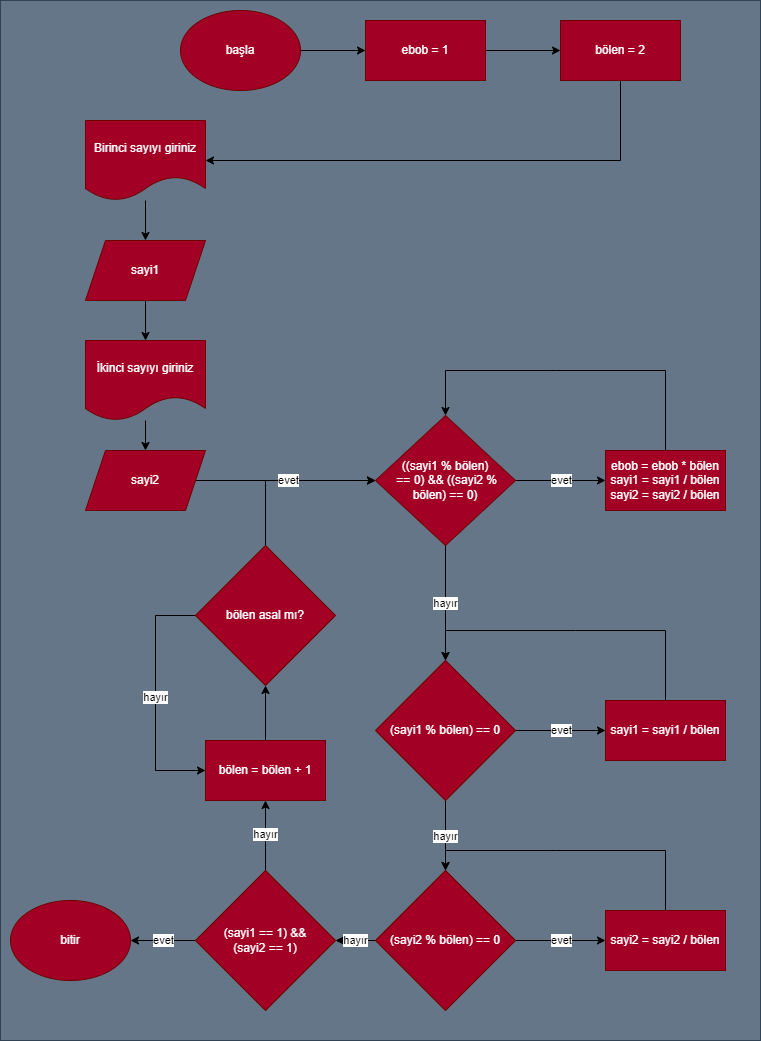
Before: GreatestCommonDivisor/GreatestCommonDivisor.drawio.png, a diagram exported from draw.io (ramazanaltintop/algorithm-flow-charts). Source tidied: cells renumbered, new cells last; positions are measured from the earlier drawing's top-left corner, leaving out a move shared by most shapes.
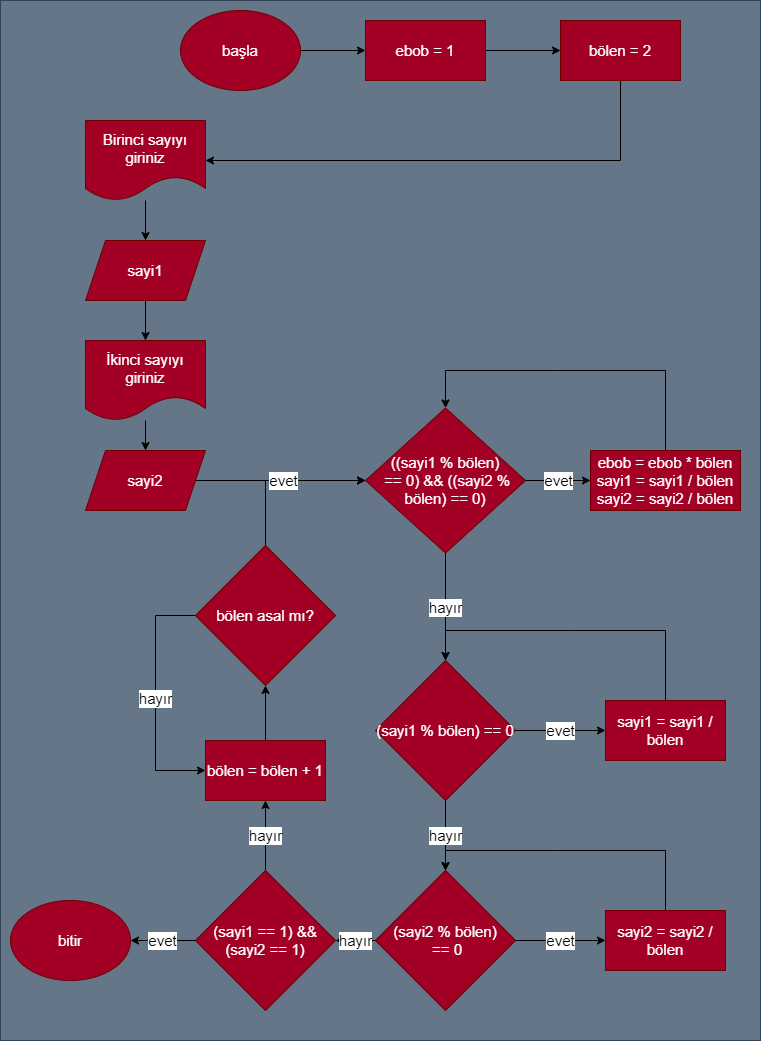
Above is the later version.

Diff of the diagram source:
```diff
@@ -2,65 +2,65 @@
   <root>
     <mxCell id="0" />
     <mxCell id="1" parent="0" />
-    <mxCell id="2" style="rounded=0;whiteSpace=wrap;html=1;fillColor=#647687;fontColor=#ffffff;strokeColor=#314354;" parent="1" vertex="1">
+    <mxCell id="2" style="rounded=0;whiteSpace=wrap;html=1;fillColor=#647687;fontColor=#ffffff;strokeColor=#314354;fontSize=15;" parent="1" vertex="1">
       <mxGeometry width="760" height="1040" as="geometry" />
     </mxCell>
-    <mxCell id="3" style="edgeStyle=none;html=1;entryX=0;entryY=0.5;entryDx=0;entryDy=0;" parent="1" edge="1" source="4" target="19">
+    <mxCell id="3" style="edgeStyle=none;html=1;entryX=0;entryY=0.5;entryDx=0;entryDy=0;fontSize=15;" parent="1" edge="1" source="4" target="19">
       <mxGeometry relative="1" as="geometry" />
     </mxCell>
-    <mxCell id="4" value="başla" style="ellipse;whiteSpace=wrap;html=1;fillColor=#a20025;fontColor=#ffffff;strokeColor=#6F0000;" parent="1" vertex="1">
+    <mxCell id="4" value="başla" style="ellipse;whiteSpace=wrap;html=1;fillColor=#a20025;fontColor=#ffffff;strokeColor=#6F0000;fontSize=15;" parent="1" vertex="1">
       <mxGeometry x="180" y="10" width="120" height="80" as="geometry" />
     </mxCell>
-    <mxCell id="5" style="edgeStyle=none;html=1;" parent="1" edge="1" source="6" target="8">
+    <mxCell id="5" style="edgeStyle=none;html=1;fontSize=15;" parent="1" edge="1" source="6" target="8">
       <mxGeometry relative="1" as="geometry" />
     </mxCell>
-    <mxCell id="6" value="Birinci sayıyı giriniz" style="shape=document;whiteSpace=wrap;html=1;boundedLbl=1;fillColor=#a20025;fontColor=#ffffff;strokeColor=#6F0000;" parent="1" vertex="1">
+    <mxCell id="6" value="Birinci sayıyı giriniz" style="shape=document;whiteSpace=wrap;html=1;boundedLbl=1;fillColor=#a20025;fontColor=#ffffff;strokeColor=#6F0000;fontSize=15;" parent="1" vertex="1">
       <mxGeometry x="85" y="120" width="120" height="80" as="geometry" />
     </mxCell>
-    <mxCell id="7" style="edgeStyle=none;html=1;exitX=0.5;exitY=1;exitDx=0;exitDy=0;" parent="1" edge="1" source="8" target="10">
+    <mxCell id="7" style="edgeStyle=none;html=1;exitX=0.5;exitY=1;exitDx=0;exitDy=0;fontSize=15;" parent="1" edge="1" source="8" target="10">
       <mxGeometry relative="1" as="geometry" />
     </mxCell>
-    <mxCell id="8" value="sayi1" style="shape=parallelogram;perimeter=parallelogramPerimeter;whiteSpace=wrap;html=1;fixedSize=1;fillColor=#a20025;fontColor=#ffffff;strokeColor=#6F0000;" parent="1" vertex="1">
+    <mxCell id="8" value="sayi1" style="shape=parallelogram;perimeter=parallelogramPerimeter;whiteSpace=wrap;html=1;fixedSize=1;fillColor=#a20025;fontColor=#ffffff;strokeColor=#6F0000;fontSize=15;" parent="1" vertex="1">
       <mxGeometry x="85" y="240" width="120" height="60" as="geometry" />
     </mxCell>
-    <mxCell id="9" style="edgeStyle=none;html=1;" parent="1" edge="1" source="10" target="12">
+    <mxCell id="9" style="edgeStyle=none;html=1;fontSize=15;" parent="1" edge="1" source="10" target="12">
       <mxGeometry relative="1" as="geometry" />
     </mxCell>
-    <mxCell id="10" value="İkinci sayıyı giriniz" style="shape=document;whiteSpace=wrap;html=1;boundedLbl=1;fillColor=#a20025;fontColor=#ffffff;strokeColor=#6F0000;" parent="1" vertex="1">
+    <mxCell id="10" value="İkinci sayıyı giriniz" style="shape=document;whiteSpace=wrap;html=1;boundedLbl=1;fillColor=#a20025;fontColor=#ffffff;strokeColor=#6F0000;fontSize=15;" parent="1" vertex="1">
       <mxGeometry x="85" y="340" width="120" height="80" as="geometry" />
     </mxCell>
-    <mxCell id="11" style="edgeStyle=none;html=1;" parent="1" edge="1" source="12" target="17">
+    <mxCell id="11" style="edgeStyle=none;html=1;fontSize=15;" parent="1" edge="1" source="12" target="17">
       <mxGeometry relative="1" as="geometry" />
     </mxCell>
-    <mxCell id="12" value="sayi2" style="shape=parallelogram;perimeter=parallelogramPerimeter;whiteSpace=wrap;html=1;fixedSize=1;fillColor=#a20025;fontColor=#ffffff;strokeColor=#6F0000;" parent="1" vertex="1">
+    <mxCell id="12" value="sayi2" style="shape=parallelogram;perimeter=parallelogramPerimeter;whiteSpace=wrap;html=1;fixedSize=1;fillColor=#a20025;fontColor=#ffffff;strokeColor=#6F0000;fontSize=15;" parent="1" vertex="1">
       <mxGeometry x="85" y="450" width="120" height="60" as="geometry" />
     </mxCell>
-    <mxCell id="13" style="edgeStyle=none;html=1;rounded=0;" parent="1" edge="1" source="14" target="6">
+    <mxCell id="13" style="edgeStyle=none;html=1;rounded=0;fontSize=15;" parent="1" edge="1" source="14" target="6">
       <mxGeometry relative="1" as="geometry">
         <Array as="points">
           <mxPoint x="620" y="160" />
         </Array>
       </mxGeometry>
     </mxCell>
-    <mxCell id="14" value="bölen = 2" style="rounded=0;whiteSpace=wrap;html=1;fillColor=#a20025;fontColor=#ffffff;strokeColor=#6F0000;" parent="1" vertex="1">
+    <mxCell id="14" value="bölen = 2" style="rounded=0;whiteSpace=wrap;html=1;fillColor=#a20025;fontColor=#ffffff;strokeColor=#6F0000;fontSize=15;" parent="1" vertex="1">
       <mxGeometry x="560" y="20" width="120" height="60" as="geometry" />
     </mxCell>
-    <mxCell id="15" value="evet" style="edgeStyle=none;html=1;" parent="1" edge="1" source="17" target="21">
+    <mxCell id="15" value="evet" style="edgeStyle=none;html=1;fontSize=15;" parent="1" edge="1" source="17" target="21">
       <mxGeometry relative="1" as="geometry" />
     </mxCell>
-    <mxCell id="16" value="hayır" style="edgeStyle=none;html=1;" parent="1" edge="1" source="17" target="26">
+    <mxCell id="16" value="hayır" style="edgeStyle=none;html=1;fontSize=15;" parent="1" edge="1" source="17" target="26">
       <mxGeometry relative="1" as="geometry" />
     </mxCell>
-    <mxCell id="17" value="((sayi1 % bölen)&lt;br&gt;&amp;nbsp;== 0) &amp;amp;&amp;amp; ((sayi2 % bölen) == 0)" style="rhombus;whiteSpace=wrap;html=1;fillColor=#a20025;fontColor=#ffffff;strokeColor=#6F0000;" parent="1" vertex="1">
-      <mxGeometry x="375" y="415" width="140" height="130" as="geometry" />
+    <mxCell id="17" value="((sayi1 % bölen)&lt;br style=&quot;font-size: 15px;&quot;&gt;&amp;nbsp;== 0) &amp;amp;&amp;amp; ((sayi2 % bölen) == 0)" style="rhombus;whiteSpace=wrap;html=1;fillColor=#a20025;fontColor=#ffffff;strokeColor=#6F0000;fontSize=15;" parent="1" vertex="1">
+      <mxGeometry x="365" y="407.5" width="160" height="145" as="geometry" />
     </mxCell>
-    <mxCell id="18" style="edgeStyle=none;html=1;" parent="1" edge="1" source="19" target="14">
+    <mxCell id="18" style="edgeStyle=none;html=1;fontSize=15;" parent="1" edge="1" source="19" target="14">
       <mxGeometry relative="1" as="geometry" />
     </mxCell>
-    <mxCell id="19" value="ebob = 1" style="rounded=0;whiteSpace=wrap;html=1;fillColor=#a20025;fontColor=#ffffff;strokeColor=#6F0000;" parent="1" vertex="1">
+    <mxCell id="19" value="ebob = 1" style="rounded=0;whiteSpace=wrap;html=1;fillColor=#a20025;fontColor=#ffffff;strokeColor=#6F0000;fontSize=15;" parent="1" vertex="1">
       <mxGeometry x="365" y="20" width="120" height="60" as="geometry" />
     </mxCell>
-    <mxCell id="20" style="edgeStyle=none;rounded=0;html=1;exitX=0.5;exitY=0;exitDx=0;exitDy=0;entryX=0.5;entryY=0;entryDx=0;entryDy=0;" parent="1" edge="1" source="21" target="17">
+    <mxCell id="20" style="edgeStyle=none;rounded=0;html=1;exitX=0.5;exitY=0;exitDx=0;exitDy=0;entryX=0.5;entryY=0;entryDx=0;entryDy=0;fontSize=15;" parent="1" edge="1" source="21" target="17">
       <mxGeometry relative="1" as="geometry">
         <Array as="points">
           <mxPoint x="665" y="370" />
@@ -69,10 +69,10 @@
         </Array>
       </mxGeometry>
     </mxCell>
-    <mxCell id="21" value="ebob = ebob * bölen&lt;br&gt;sayi1 = sayi1 / bölen&lt;br&gt;sayi2 = sayi2 / bölen" style="rounded=0;whiteSpace=wrap;html=1;fillColor=#a20025;fontColor=#ffffff;strokeColor=#6F0000;" parent="1" vertex="1">
-      <mxGeometry x="605" y="450" width="120" height="60" as="geometry" />
+    <mxCell id="21" value="ebob = ebob * bölen&lt;br style=&quot;font-size: 15px;&quot;&gt;sayi1 = sayi1 / bölen&lt;br style=&quot;font-size: 15px;&quot;&gt;sayi2 = sayi2 / bölen" style="rounded=0;whiteSpace=wrap;html=1;fillColor=#a20025;fontColor=#ffffff;strokeColor=#6F0000;fontSize=15;" parent="1" vertex="1">
+      <mxGeometry x="590" y="450" width="150" height="60" as="geometry" />
     </mxCell>
-    <mxCell id="22" style="edgeStyle=none;rounded=0;html=1;exitX=0.5;exitY=0;exitDx=0;exitDy=0;entryX=0.5;entryY=0;entryDx=0;entryDy=0;" parent="1" edge="1" source="23" target="26">
+    <mxCell id="22" style="edgeStyle=none;rounded=0;html=1;exitX=0.5;exitY=0;exitDx=0;exitDy=0;entryX=0.5;entryY=0;entryDx=0;entryDy=0;fontSize=15;" parent="1" edge="1" source="23" target="26">
       <mxGeometry relative="1" as="geometry">
         <Array as="points">
           <mxPoint x="665" y="630" />
@@ -81,19 +81,19 @@
         </Array>
       </mxGeometry>
     </mxCell>
-    <mxCell id="23" value="sayi1 = sayi1 / bölen" style="rounded=0;whiteSpace=wrap;html=1;fillColor=#a20025;fontColor=#ffffff;strokeColor=#6F0000;" parent="1" vertex="1">
+    <mxCell id="23" value="sayi1 = sayi1 / bölen" style="rounded=0;whiteSpace=wrap;html=1;fillColor=#a20025;fontColor=#ffffff;strokeColor=#6F0000;fontSize=15;" parent="1" vertex="1">
       <mxGeometry x="605" y="700" width="120" height="60" as="geometry" />
     </mxCell>
-    <mxCell id="24" value="evet" style="edgeStyle=none;html=1;" parent="1" edge="1" source="26" target="23">
+    <mxCell id="24" value="evet" style="edgeStyle=none;html=1;fontSize=15;" parent="1" edge="1" source="26" target="23">
       <mxGeometry relative="1" as="geometry" />
     </mxCell>
-    <mxCell id="25" value="hayır" style="edgeStyle=none;html=1;" parent="1" edge="1" source="26" target="31">
+    <mxCell id="25" value="hayır" style="edgeStyle=none;html=1;fontSize=15;" parent="1" edge="1" source="26" target="31">
       <mxGeometry relative="1" as="geometry" />
     </mxCell>
-    <mxCell id="26" value="(sayi1 % bölen) == 0" style="rhombus;whiteSpace=wrap;html=1;fillColor=#a20025;fontColor=#ffffff;strokeColor=#6F0000;" parent="1" vertex="1">
+    <mxCell id="26" value="(sayi1 % bölen) == 0" style="rhombus;whiteSpace=wrap;html=1;fillColor=#a20025;fontColor=#ffffff;strokeColor=#6F0000;fontSize=15;" parent="1" vertex="1">
       <mxGeometry x="375" y="660" width="140" height="140" as="geometry" />
     </mxCell>
-    <mxCell id="27" style="edgeStyle=none;rounded=0;html=1;exitX=0.5;exitY=0;exitDx=0;exitDy=0;entryX=0.5;entryY=0;entryDx=0;entryDy=0;" parent="1" edge="1" source="28" target="31">
+    <mxCell id="27" style="edgeStyle=none;rounded=0;html=1;exitX=0.5;exitY=0;exitDx=0;exitDy=0;entryX=0.5;entryY=0;entryDx=0;entryDy=0;fontSize=15;" parent="1" edge="1" source="28" target="31">
       <mxGeometry relative="1" as="geometry">
         <Array as="points">
           <mxPoint x="665" y="850" />
@@ -102,25 +102,25 @@
         </Array>
       </mxGeometry>
     </mxCell>
-    <mxCell id="28" value="sayi2 = sayi2 / bölen" style="rounded=0;whiteSpace=wrap;html=1;fillColor=#a20025;fontColor=#ffffff;strokeColor=#6F0000;" parent="1" vertex="1">
+    <mxCell id="28" value="sayi2 = sayi2 / bölen" style="rounded=0;whiteSpace=wrap;html=1;fillColor=#a20025;fontColor=#ffffff;strokeColor=#6F0000;fontSize=15;" parent="1" vertex="1">
       <mxGeometry x="605" y="910" width="120" height="60" as="geometry" />
     </mxCell>
-    <mxCell id="29" value="evet" style="edgeStyle=none;html=1;" parent="1" edge="1" source="31" target="28">
+    <mxCell id="29" value="evet" style="edgeStyle=none;html=1;fontSize=15;" parent="1" edge="1" source="31" target="28">
       <mxGeometry relative="1" as="geometry" />
     </mxCell>
-    <mxCell id="30" value="hayır" style="edgeStyle=none;html=1;" parent="1" edge="1" source="31" target="39">
+    <mxCell id="30" value="hayır" style="edgeStyle=none;html=1;fontSize=15;" parent="1" edge="1" source="31" target="39">
       <mxGeometry relative="1" as="geometry" />
     </mxCell>
-    <mxCell id="31" value="(sayi2 % bölen) == 0" style="rhombus;whiteSpace=wrap;html=1;fillColor=#a20025;fontColor=#ffffff;strokeColor=#6F0000;" parent="1" vertex="1">
+    <mxCell id="31" value="(sayi2 % bölen)&lt;br&gt;&amp;nbsp;== 0" style="rhombus;whiteSpace=wrap;html=1;fillColor=#a20025;fontColor=#ffffff;strokeColor=#6F0000;fontSize=15;" parent="1" vertex="1">
       <mxGeometry x="375" y="870" width="140" height="140" as="geometry" />
     </mxCell>
-    <mxCell id="32" style="edgeStyle=none;rounded=0;html=1;" parent="1" edge="1" source="33" target="36">
+    <mxCell id="32" style="edgeStyle=none;rounded=0;html=1;fontSize=15;" parent="1" edge="1" source="33" target="36">
       <mxGeometry relative="1" as="geometry" />
     </mxCell>
-    <mxCell id="33" value="bölen = bölen + 1" style="rounded=0;whiteSpace=wrap;html=1;fillColor=#a20025;fontColor=#ffffff;strokeColor=#6F0000;" parent="1" vertex="1">
+    <mxCell id="33" value="bölen = bölen + 1" style="rounded=0;whiteSpace=wrap;html=1;fillColor=#a20025;fontColor=#ffffff;strokeColor=#6F0000;fontSize=15;" parent="1" vertex="1">
       <mxGeometry x="205" y="740" width="120" height="60" as="geometry" />
     </mxCell>
-    <mxCell id="34" value="hayır" style="edgeStyle=none;rounded=0;html=1;entryX=0;entryY=0.5;entryDx=0;entryDy=0;" parent="1" edge="1" source="36" target="33">
+    <mxCell id="34" value="hayır" style="edgeStyle=none;rounded=0;html=1;entryX=0;entryY=0.5;entryDx=0;entryDy=0;fontSize=15;" parent="1" edge="1" source="36" target="33">
       <mxGeometry relative="1" as="geometry">
         <Array as="points">
           <mxPoint x="155" y="615" />
@@ -128,26 +128,26 @@
         </Array>
       </mxGeometry>
     </mxCell>
-    <mxCell id="35" value="evet" style="edgeStyle=none;rounded=0;html=1;exitX=0.5;exitY=0;exitDx=0;exitDy=0;entryX=0;entryY=0.5;entryDx=0;entryDy=0;" parent="1" edge="1" source="36" target="17">
+    <mxCell id="35" value="evet" style="edgeStyle=none;rounded=0;html=1;exitX=0.5;exitY=0;exitDx=0;exitDy=0;entryX=0;entryY=0.5;entryDx=0;entryDy=0;fontSize=15;" parent="1" edge="1" source="36" target="17">
       <mxGeometry relative="1" as="geometry">
         <Array as="points">
           <mxPoint x="265" y="480" />
         </Array>
       </mxGeometry>
     </mxCell>
-    <mxCell id="36" value="bölen asal mı?" style="rhombus;whiteSpace=wrap;html=1;fillColor=#a20025;fontColor=#ffffff;strokeColor=#6F0000;" parent="1" vertex="1">
+    <mxCell id="36" value="bölen asal mı?" style="rhombus;whiteSpace=wrap;html=1;fillColor=#a20025;fontColor=#ffffff;strokeColor=#6F0000;fontSize=15;" parent="1" vertex="1">
       <mxGeometry x="195" y="545" width="140" height="140" as="geometry" />
     </mxCell>
-    <mxCell id="37" value="evet" style="edgeStyle=none;html=1;" parent="1" edge="1" source="39" target="40">
+    <mxCell id="37" value="evet" style="edgeStyle=none;html=1;fontSize=15;" parent="1" edge="1" source="39" target="40">
       <mxGeometry relative="1" as="geometry" />
     </mxCell>
-    <mxCell id="38" value="hayır" style="edgeStyle=none;html=1;" parent="1" edge="1" source="39" target="33">
+    <mxCell id="38" value="hayır" style="edgeStyle=none;html=1;fontSize=15;" parent="1" edge="1" source="39" target="33">
       <mxGeometry relative="1" as="geometry" />
     </mxCell>
-    <mxCell id="39" value="(sayi1 == 1) &amp;amp;&amp;amp;&lt;br&gt;(sayi2 == 1)" style="rhombus;whiteSpace=wrap;html=1;fillColor=#a20025;fontColor=#ffffff;strokeColor=#6F0000;" parent="1" vertex="1">
+    <mxCell id="39" value="(sayi1 == 1) &amp;amp;&amp;amp;&lt;br style=&quot;font-size: 15px;&quot;&gt;(sayi2 == 1)" style="rhombus;whiteSpace=wrap;html=1;fillColor=#a20025;fontColor=#ffffff;strokeColor=#6F0000;fontSize=15;" parent="1" vertex="1">
       <mxGeometry x="195" y="870" width="140" height="140" as="geometry" />
     </mxCell>
-    <mxCell id="40" value="bitir" style="ellipse;whiteSpace=wrap;html=1;fillColor=#a20025;fontColor=#ffffff;strokeColor=#6F0000;" parent="1" vertex="1">
+    <mxCell id="40" value="bitir" style="ellipse;whiteSpace=wrap;html=1;fillColor=#a20025;fontColor=#ffffff;strokeColor=#6F0000;fontSize=15;" parent="1" vertex="1">
       <mxGeometry x="10" y="900" width="120" height="80" as="geometry" />
     </mxCell>
   </root>
```
